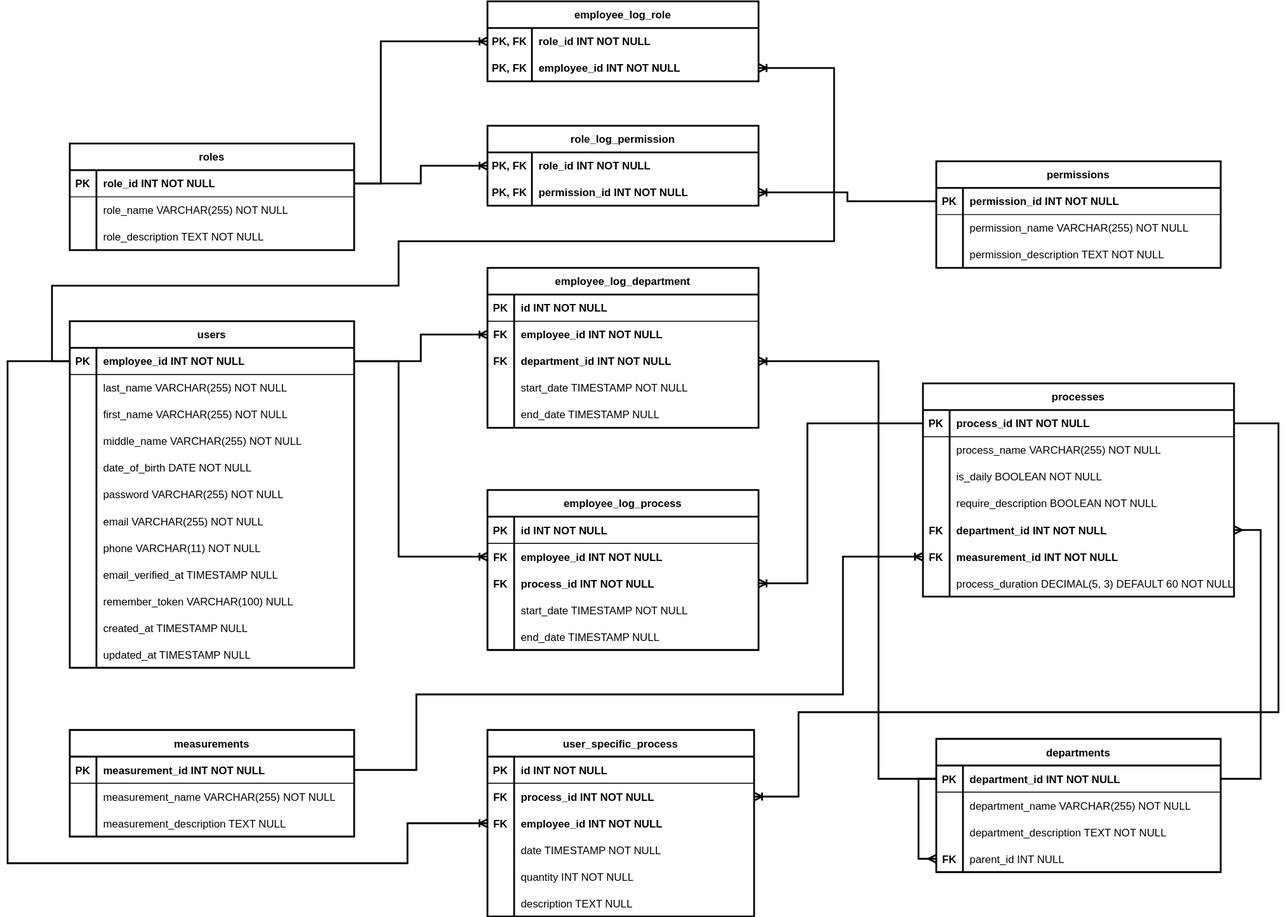
JNorri/library_time keeps this draw.io diagram as _DatabaseStructure/DB structure new.drawio.svg. Above is the earlier version. Source tidied: cells renumbered, new cells last; positions are measured from the earlier drawing's top-left corner, leaving out a move shared by most shapes.
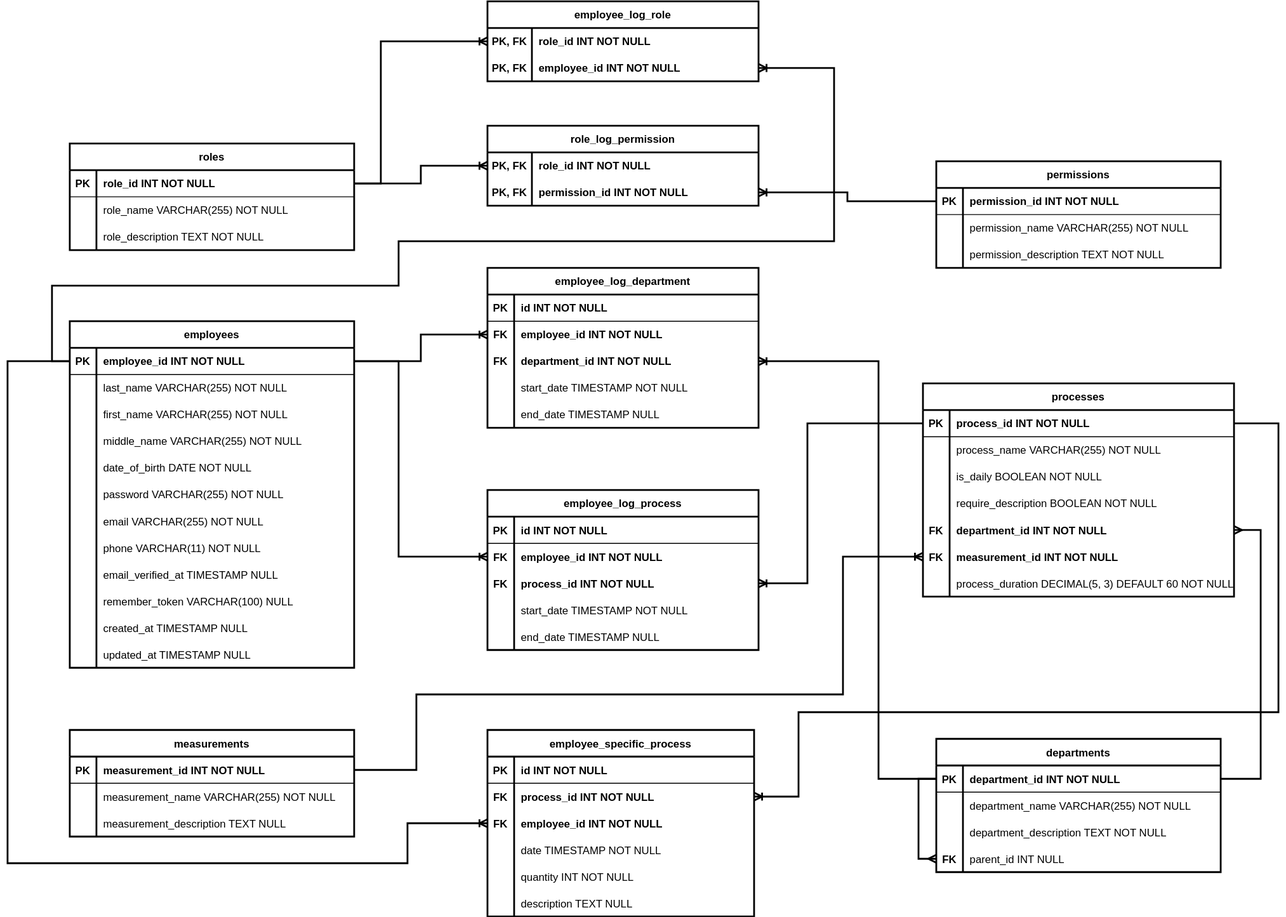
The same diagram one commit later.

Diff of the diagram source:
```diff
@@ -98,7 +98,7 @@
     <mxCell id="33" value="process_duration DECIMAL(5, 3) DEFAULT 60 NOT NULL" style="shape=partialRectangle;overflow=hidden;fillColor=none;align=left;strokeColor=inherit;top=0;left=0;bottom=0;right=0;spacingLeft=6;" parent="31" vertex="1">
       <mxGeometry x="30" width="320" height="30" as="geometry" />
     </mxCell>
-    <mxCell id="34" value="users" style="shape=table;startSize=30;rowLines=0;fontStyle=1;align=center;strokeWidth=2;" parent="1" vertex="1">
+    <mxCell id="34" value="employees" style="shape=table;startSize=30;rowLines=0;fontStyle=1;align=center;strokeWidth=2;" parent="1" vertex="1">
       <mxGeometry x="70" y="360" width="320" height="390" as="geometry" />
     </mxCell>
     <mxCell id="35" style="shape=tableRow;horizontal=0;startSize=0;swimlaneHead=0;swimlaneBody=0;fillColor=none;points=[[0,0.5],[1,0.5]];portConstraint=eastwest;strokeColor=inherit;top=0;left=0;right=0;bottom=1;" parent="34" vertex="1">
@@ -209,7 +209,7 @@
     <mxCell id="70" value="updated_at TIMESTAMP NULL" style="shape=partialRectangle;overflow=hidden;fillColor=none;align=left;strokeColor=inherit;top=0;left=0;bottom=0;right=0;spacingLeft=6;" parent="68" vertex="1">
       <mxGeometry x="30" width="290" height="30" as="geometry" />
     </mxCell>
-    <mxCell id="71" value="user_specific_process" style="shape=table;startSize=30;rowLines=0;fontStyle=1;align=center;strokeWidth=2;" parent="1" vertex="1">
+    <mxCell id="71" value="employee_specific_process" style="shape=table;startSize=30;rowLines=0;fontStyle=1;align=center;strokeWidth=2;" parent="1" vertex="1">
       <mxGeometry x="540" y="820" width="300" height="210" as="geometry" />
     </mxCell>
     <mxCell id="72" style="shape=tableRow;horizontal=0;startSize=0;swimlaneHead=0;swimlaneBody=0;fillColor=none;strokeColor=inherit;top=0;left=0;right=0;bottom=1;" parent="71" vertex="1">
```
